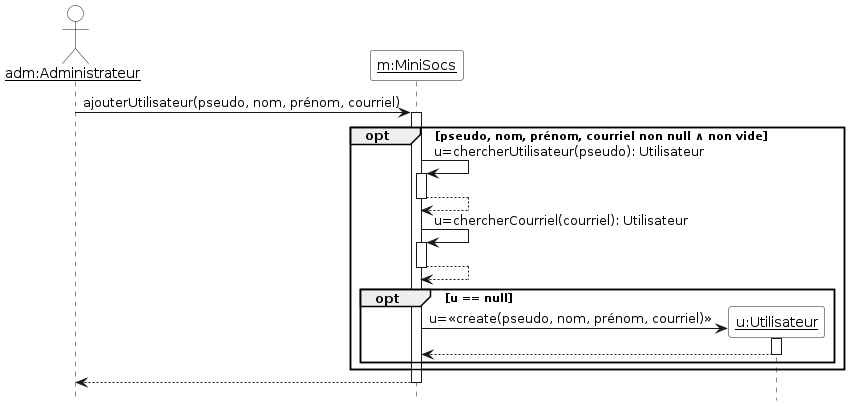
Before: Diagrammes/minisocs_uml_diag_seq_ajouter_utilisateur.png, a diagram exported from PlantUML (ThELud0/Minisocs). The source it was exported from:
```plantuml
@startuml


hide footbox
skinparam sequenceParticipantBackgroundColor White
skinparam sequenceActorBackgroundColor White


actor "__adm:Administrateur__" as admin
participant "__m:MiniSocs__" as m


admin -> m ++ : ajouterUtilisateur(pseudo, nom, prénom, courriel)
opt pseudo, nom, prénom, courriel non null ∧ non vide
  m -> m ++ : u=chercherUtilisateur(pseudo): Utilisateur
  return
  m -> m ++ : u=chercherCourriel(courriel): Utilisateur
  return
  opt u == null
    create "__u:Utilisateur__" as u
    m -> "__u:Utilisateur__" as u ++ : u=<<create(pseudo, nom, prénom, courriel)>>
    return
  end
end
return
@enduml
```
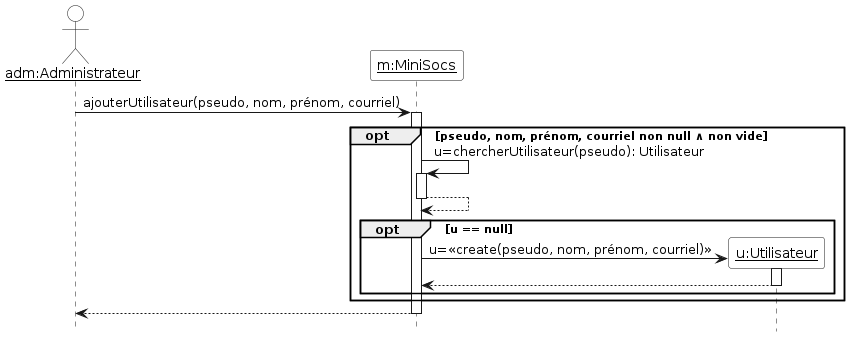
After the change.

The edit, as a diff of the source:
```diff
@@ -14,8 +14,6 @@
 opt pseudo, nom, prénom, courriel non null ∧ non vide
   m -> m ++ : u=chercherUtilisateur(pseudo): Utilisateur
   return
-  m -> m ++ : u=chercherCourriel(courriel): Utilisateur
-  return
   opt u == null
     create "__u:Utilisateur__" as u
     m -> "__u:Utilisateur__" as u ++ : u=<<create(pseudo, nom, prénom, courriel)>>
```
